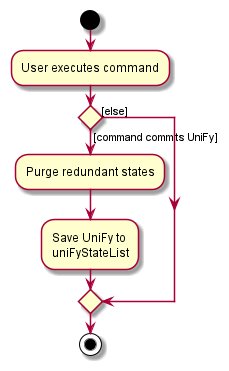
nus-cs2103-AY2122S1/tp keeps this PlantUML diagram as docs/images/CommitActivityDiagram.png. Above is the earlier version.
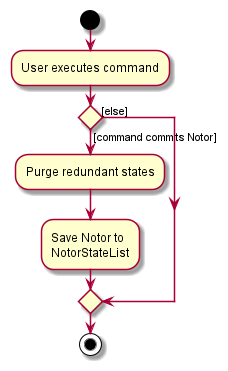
The same diagram one commit later.

Change to the diagram source:
```diff
@@ -3,10 +3,10 @@
 :User executes command;
 
 
-if () then ([command commits UniFy])
+if () then ([command commits Notor])
     :Purge redundant states;
-    :Save UniFy to
-    uniFyStateList;
+    :Save Notor to
+    NotorStateList;
 else ([else])
 endif
 stop
```
